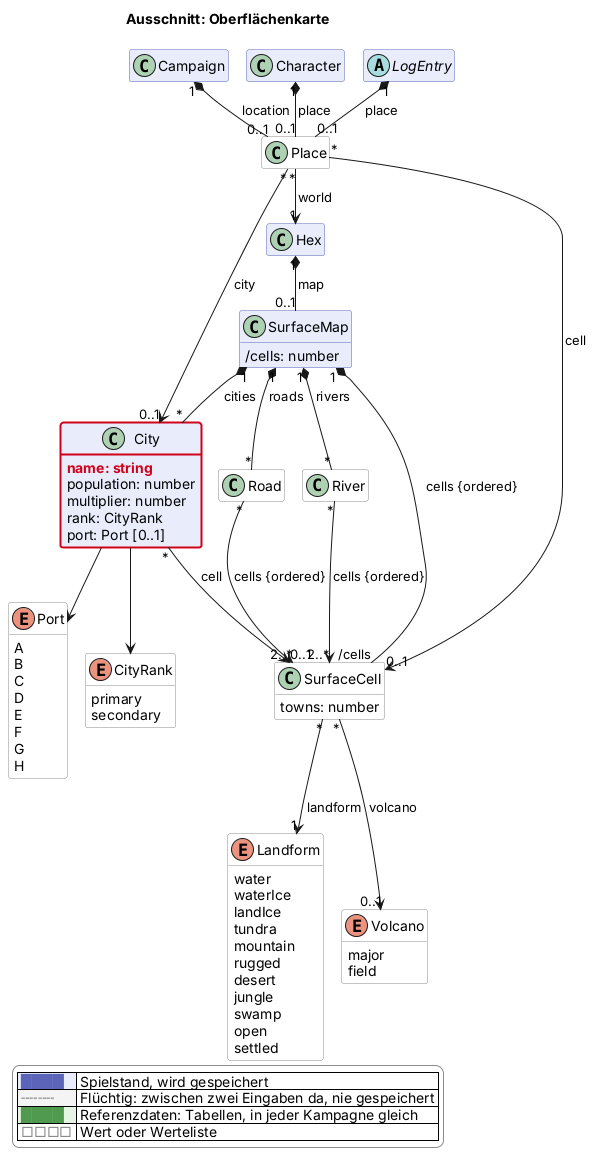
Before: docs/views/oberflaeche.png, a diagram exported from PlantUML (scuzzar/SRE). Its diagram source:
```plantuml
@startuml
!if %not(%variable_exists("$change"))
!$change = "*"
!endif
!function $marked($c)
!return $change == "*" || $change == $c
!endfunction
!function $new($c, $t)
!if $marked($c)
!return "<color:#d0021b><b>" + $t + "</b></color>"
!endif
!return $t
!endfunction
!procedure $gone($c, $t)
!if $marked($c)
<color:#d0021b><s>$t</s></color>
!endif
!endprocedure
!function $newClass($c)
!if $marked($c)
!return "#line:d0021b;line.bold"
!endif
!return ""
!endfunction
!function $newArrow($c)
!if $marked($c)
!return "[#d0021b,bold]"
!endif
!return ""
!endfunction
!function $goneArrow($c)
!if $marked($c)
!return "[#d0021b,dashed]"
!endif
!return ""
!endfunction
!pragma layout smetana
title Ausschnitt: Oberflächenkarte
hide empty members
hide methods
skinparam classAttributeIconSize 0
skinparam shadowing false
skinparam packageStyle rectangle
skinparam class {
  BackgroundColor #e8ecfb
  BorderColor #5b64b8
  BackgroundColor<<transient>> #f4f4f4
  BorderColor<<transient>> #8a8a8a
  BackgroundColor<<reference>> #e6f4e6
  BorderColor<<reference>> #4f9a4f
  BackgroundColor<<value>> #ffffff
  BorderColor<<value>> #8a8a8a
}
skinparam legendBackgroundColor #ffffff
skinparam legendBorderColor #8a8a8a
<style>
classDiagram {
  class {
    .transient {
      LineStyle 5-3
    }
  }
}
</style>
hide <<transient>> stereotype
hide <<reference>> stereotype
hide <<value>> stereotype

  class Campaign $kampagne
  class Character $charakter


  class Hex $sektor

  abstract class LogEntry $probe



  class SurfaceMap $oberflaeche {
    /cells: number
  }
  class SurfaceCell <<value>> $oberflaeche {
    towns: number
  }
  enum Landform <<value>> $oberflaeche {
    water
    waterIce
    landIce
    tundra
    mountain
    rugged
    desert
    jungle
    swamp
    open
    settled
  }
  class River <<value>> $oberflaeche {
  }
  class Road <<value>> $oberflaeche {
  }
  enum Volcano <<value>> $oberflaeche {
    major
    field
  }
  class City $oberflaeche {
    $new("2026-11-14k", "name: string")
    population: number
    multiplier: number
    rank: CityRank
    port: Port [0..1]
  }
  enum CityRank <<value>> $oberflaeche {
    primary
    secondary
  }
  enum Port <<value>> $oberflaeche {
    A
    B
    C
    D
    E
    F
    G
    H
  }
  class Place <<value>> $oberflaeche {
  }

Campaign "1" *-- "0..1" Place : location


Character "1" *-- "0..1" Place : place


Hex "1" *-- "0..1" SurfaceMap : map
SurfaceMap "1" *-- "/cells" SurfaceCell : cells {ordered}
SurfaceCell "*" --> "1" Landform : landform
SurfaceCell "*" --> "0..1" Volcano : volcano
SurfaceMap "1" *-- "*" River : rivers
SurfaceMap "1" *-- "*" Road : roads
SurfaceMap "1" *-- "*" City : cities
River "*" --> "2..*" SurfaceCell : cells {ordered}
Road "*" --> "2..*" SurfaceCell : cells {ordered}
City "*" --> "0..1" SurfaceCell : cell
LogEntry "1" *-- "0..1" Place : place
Place "*" --> "1" Hex : world
Place "*" --> "0..1" SurfaceCell : cell
Place "*" --> "0..1" City : city
City --> CityRank
City --> Port









legend right
  |<#e8ecfb> <color:#5b64b8>████</color> | Spielstand, wird gespeichert |
  |<#f4f4f4> <color:#8a8a8a>╌╌╌╌</color> | Flüchtig: zwischen zwei Eingaben da, nie gespeichert |
  |<#e6f4e6> <color:#4f9a4f>████</color> | Referenzdaten: Tabellen, in jeder Kampagne gleich |
  |<#ffffff> <color:#8a8a8a>□□□□</color> | Wert oder Werteliste |
endlegend
class City #line:d0021b;line.bold
@enduml
```
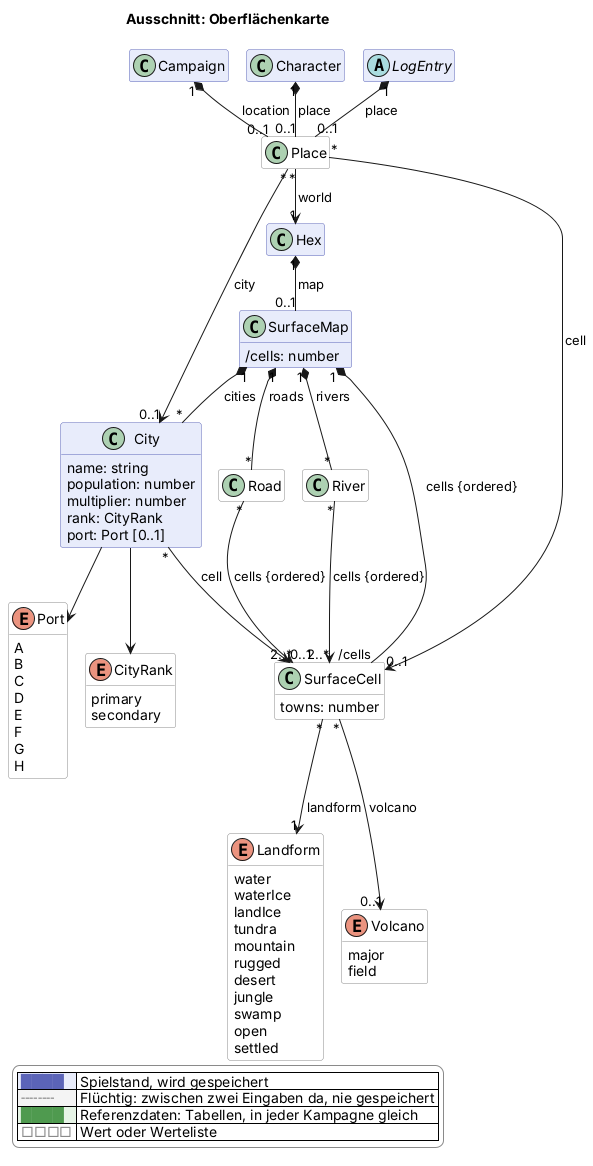
Above is the later version.

Change to the diagram source:
```diff
@@ -104,7 +104,7 @@
     field
   }
   class City $oberflaeche {
-    $new("2026-11-14k", "name: string")
+    name: string
     population: number
     multiplier: number
     rank: CityRank
@@ -164,5 +164,4 @@
   |<#e6f4e6> <color:#4f9a4f>████</color> | Referenzdaten: Tabellen, in jeder Kampagne gleich |
   |<#ffffff> <color:#8a8a8a>□□□□</color> | Wert oder Werteliste |
 endlegend
-class City #line:d0021b;line.bold
 @enduml
```
